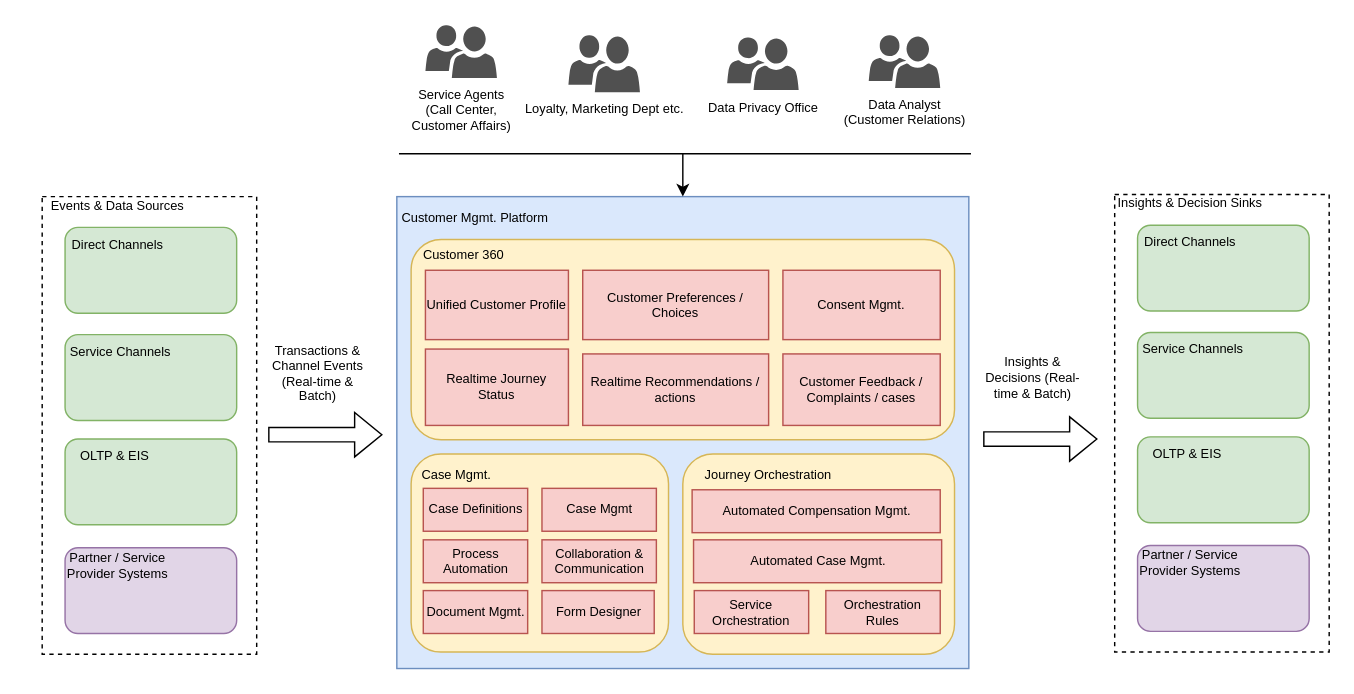
This is page "CMP_Simplified_Conceptual" (2 of 8) of Customer_Mgmt_Platform_Arch_Katas.drawio from S00085/cxp, a draw.io file, before an edit. Source tidied: cells renumbered, new cells numbered last; positions are measured from the earlier drawing's top-left corner, leaving out a move shared by most shapes. Both pictures are drawn from the tidied source at 143%, with x=0, y=0 at pixel (24, 24).
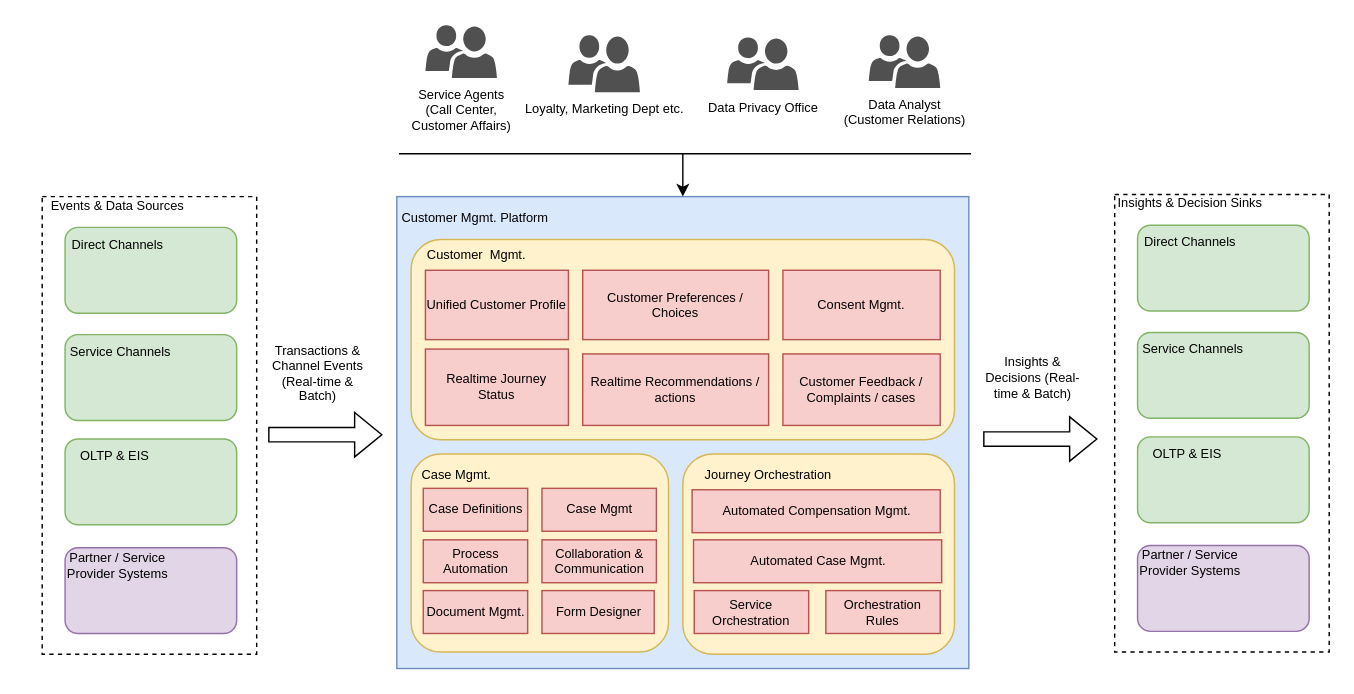
The same page after the edit.

Diff of the diagram source:
```diff
@@
-    <mxCell id="48" value="&lt;font style=&quot;font-size: 9px;&quot;&gt;Customer 360&lt;/font&gt;" style="text;html=1;strokeColor=none;fillColor=none;align=center;verticalAlign=middle;whiteSpace=wrap;rounded=0;" parent="1" vertex="1">
-      <mxGeometry x="272" y="144.5" width="70" height="30" as="geometry" />
+    <mxCell id="48" value="&lt;font style=&quot;font-size: 9px;&quot;&gt;Customer&amp;nbsp; Mgmt.&lt;/font&gt;" style="text;html=1;strokeColor=none;fillColor=none;align=center;verticalAlign=middle;whiteSpace=wrap;rounded=0;" parent="1" vertex="1">
+      <mxGeometry x="272" y="144.5" width="88" height="30" as="geometry" />
     </mxCell>
```
